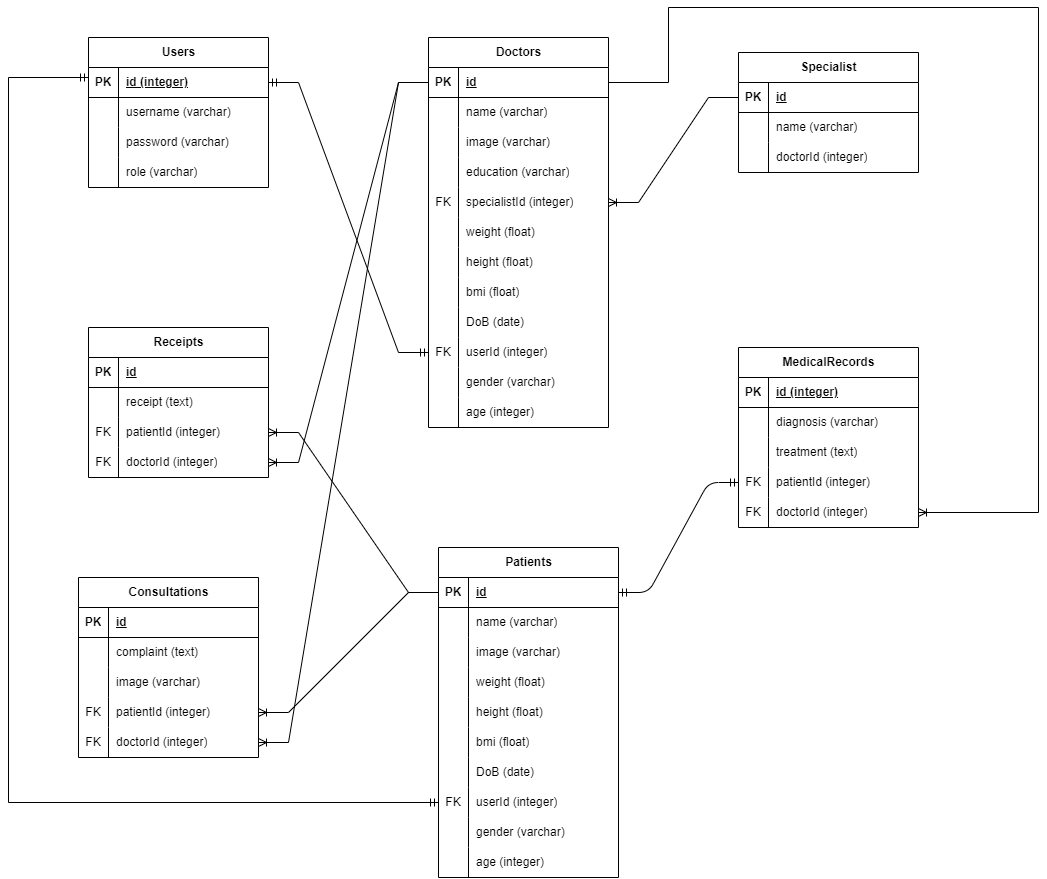
The draw.io diagram erd/erd.drawio.png in jeremyangga/healthapp, before a commit. Source tidied: cells renumbered, new cells last; positions are measured from the earlier drawing's top-left corner, leaving out a move shared by most shapes.
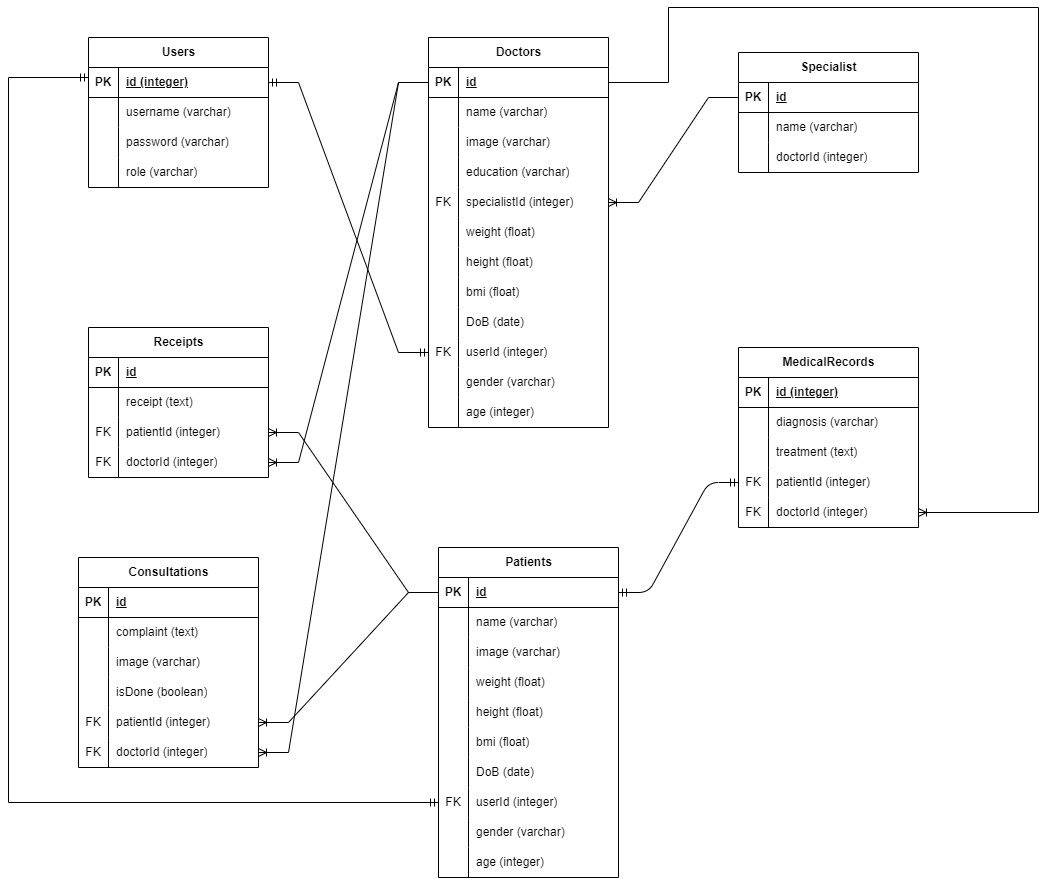
After the change.

Change to the diagram source:
```diff
@@ -363,7 +363,7 @@
       <mxGeometry x="30" width="150" height="30" as="geometry" />
     </mxCell>
     <mxCell id="122" value="Consultations" style="shape=table;startSize=30;rowLines=0;fontStyle=1;align=center;html=1;" parent="1" vertex="1">
-      <mxGeometry x="70" y="570" width="180" height="180" as="geometry" />
+      <mxGeometry x="70" y="550" width="180" height="210" as="geometry" />
     </mxCell>
     <mxCell id="123" style="shape=tableRow;horizontal=0;startSize=0;swimlaneHead=0;swimlaneBody=0;fillColor=none;top=0;left=0;right=0;bottom=1;" parent="122" vertex="1">
       <mxGeometry y="30" width="180" height="30" as="geometry" />
@@ -392,8 +392,17 @@
     <mxCell id="131" value="image (varchar)" style="shape=partialRectangle;fillColor=none;top=0;left=0;bottom=0;right=0;align=left;spacingLeft=6;overflow=hidden;whiteSpace=wrap;html=1;" parent="129" vertex="1">
       <mxGeometry x="30" width="150" height="30" as="geometry" />
     </mxCell>
+    <mxCell id="147" style="shape=tableRow;horizontal=0;startSize=0;swimlaneHead=0;swimlaneBody=0;fillColor=none;top=0;left=0;right=0;bottom=0;" parent="122" vertex="1">
+      <mxGeometry y="120" width="180" height="30" as="geometry" />
+    </mxCell>
+    <mxCell id="148" style="shape=partialRectangle;fillColor=none;top=0;left=0;bottom=0;right=0;overflow=hidden;whiteSpace=wrap;html=1;" parent="147" vertex="1">
+      <mxGeometry width="30" height="30" as="geometry" />
+    </mxCell>
+    <mxCell id="149" value="isDone (boolean)" style="shape=partialRectangle;fillColor=none;top=0;left=0;bottom=0;right=0;align=left;spacingLeft=6;overflow=hidden;whiteSpace=wrap;html=1;" parent="147" vertex="1">
+      <mxGeometry x="30" width="150" height="30" as="geometry" />
+    </mxCell>
     <mxCell id="132" style="shape=tableRow;horizontal=0;startSize=0;swimlaneHead=0;swimlaneBody=0;fillColor=none;points=[[0,0.5],[1,0.5]];portConstraint=eastwest;top=0;left=0;right=0;bottom=0;" parent="122" vertex="1">
-      <mxGeometry y="120" width="180" height="30" as="geometry" />
+      <mxGeometry y="150" width="180" height="30" as="geometry" />
     </mxCell>
     <mxCell id="133" value="FK" style="shape=partialRectangle;fillColor=none;top=0;left=0;bottom=0;right=0;overflow=hidden;whiteSpace=wrap;html=1;" parent="132" vertex="1">
       <mxGeometry width="30" height="30" as="geometry" />
@@ -402,7 +411,7 @@
       <mxGeometry x="30" width="150" height="30" as="geometry" />
     </mxCell>
     <mxCell id="135" style="shape=tableRow;horizontal=0;startSize=0;swimlaneHead=0;swimlaneBody=0;fillColor=none;points=[[0,0.5],[1,0.5]];portConstraint=eastwest;top=0;left=0;right=0;bottom=0;" parent="122" vertex="1">
-      <mxGeometry y="150" width="180" height="30" as="geometry" />
+      <mxGeometry y="180" width="180" height="30" as="geometry" />
     </mxCell>
     <mxCell id="136" value="FK" style="shape=partialRectangle;fillColor=none;top=0;left=0;bottom=0;right=0;overflow=hidden;whiteSpace=wrap;html=1;" parent="135" vertex="1">
       <mxGeometry width="30" height="30" as="geometry" />
```
